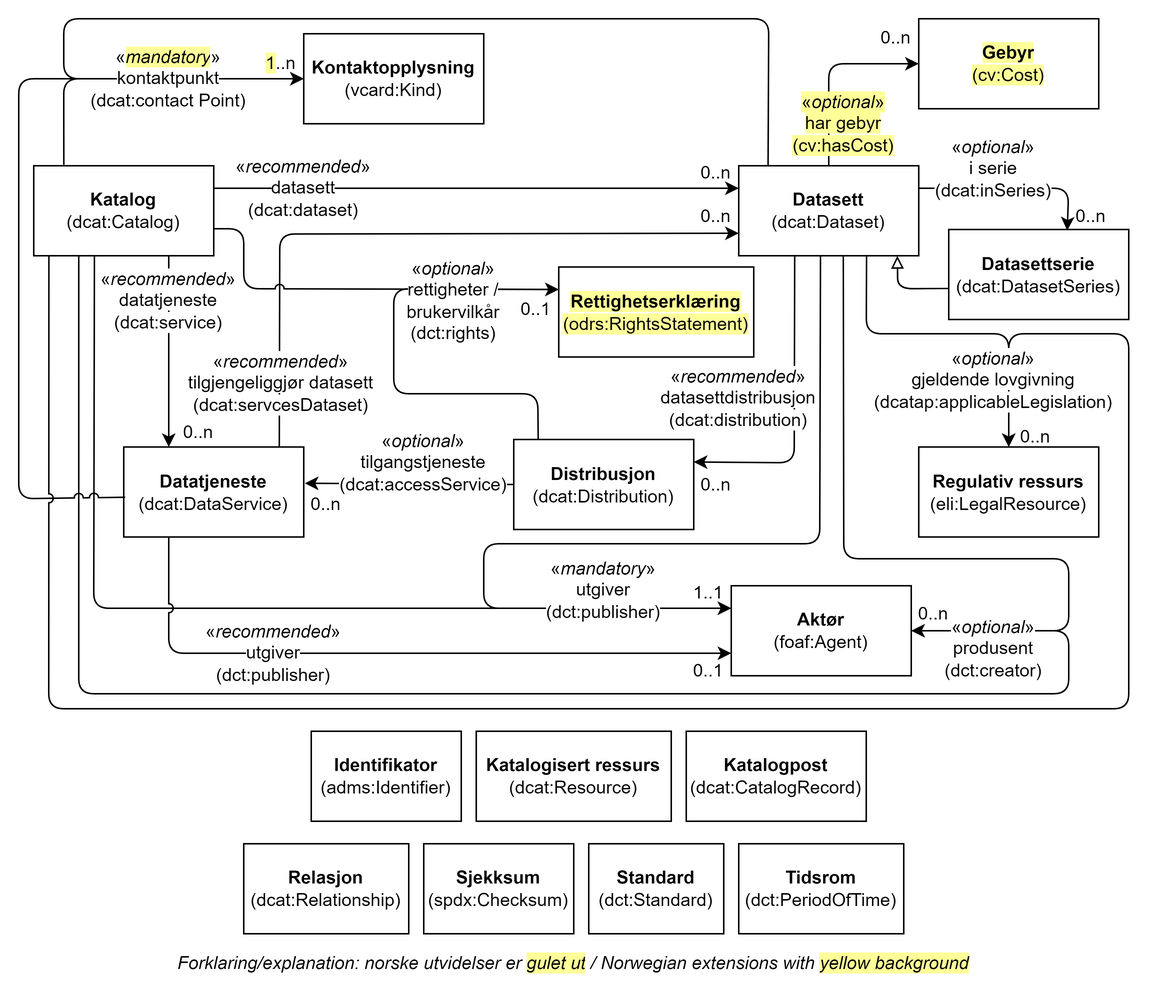
This is docs/images/DCAT-AP-NO-klasser.png from Informasjonsforvaltning/dcat-ap-no, a draw.io export, as it was before one commit. Source tidied: cells renumbered, new cells last; positions are measured from the earlier drawing's top-left corner, leaving out a move shared by most shapes.
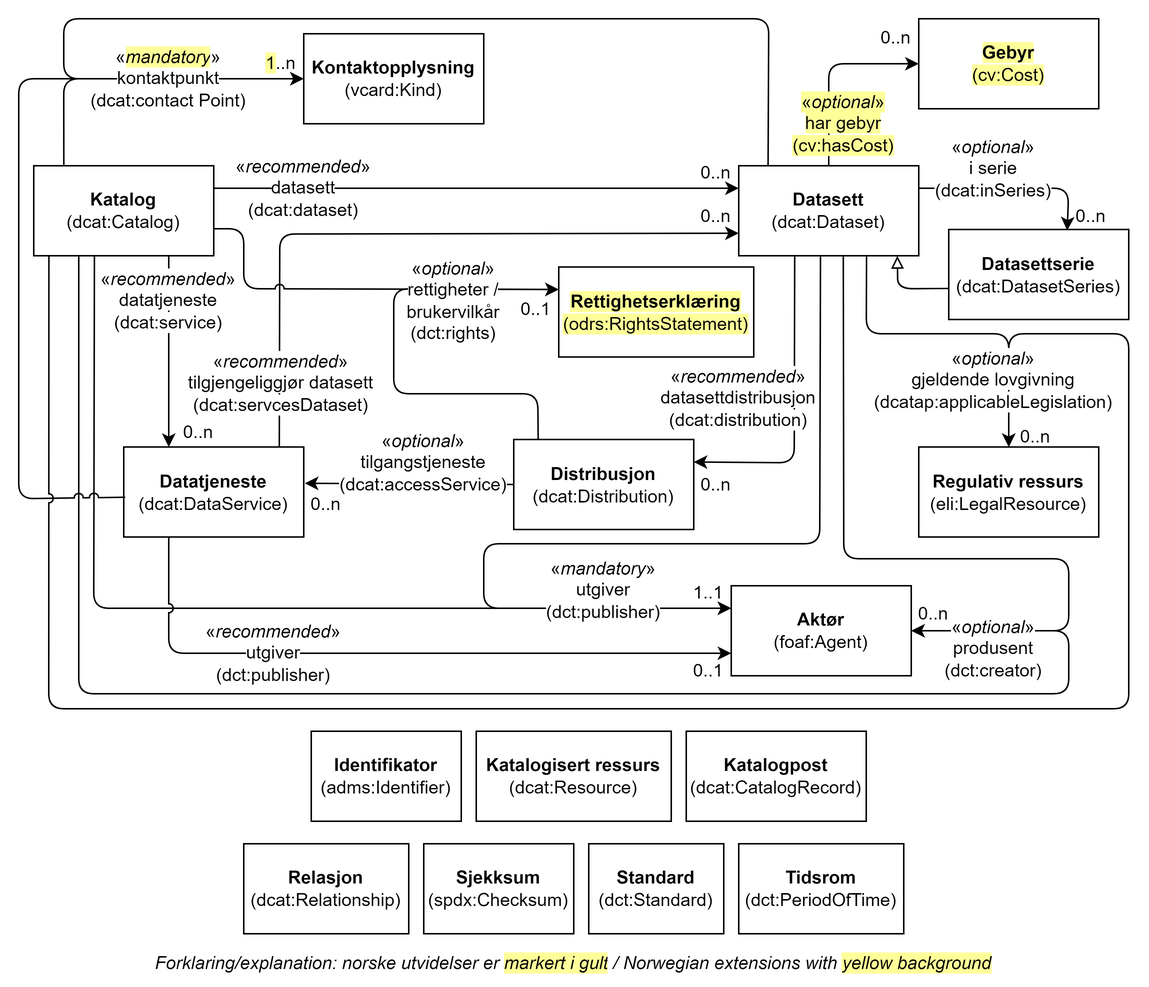
Above is the later version.

The edit, as a diff of the source:
```diff
@@ -143,7 +143,7 @@
     <mxCell id="36" value="&lt;span style=&quot;background-color: rgb(255, 255, 255);&quot;&gt;«&lt;i&gt;mandatory&lt;/i&gt;»&lt;br&gt;utgiver&lt;br&gt;(dct:publisher)&lt;/span&gt;" style="text;html=1;strokeColor=none;fillColor=none;align=center;verticalAlign=middle;whiteSpace=wrap;rounded=0;" parent="1" vertex="1">
       <mxGeometry x="360" y="365.5" width="60" height="30" as="geometry" />
     </mxCell>
-    <mxCell id="37" value="Forklaring/explanation: norske utvidelser er&amp;nbsp;&lt;span style=&quot;background-color: rgb(255, 255, 153);&quot;&gt;gulet ut&lt;/span&gt;&lt;span style=&quot;background-color: rgb(255 , 255 , 255)&quot;&gt;&amp;nbsp;/&amp;nbsp;Norwegian extensions with &lt;/span&gt;&lt;span style=&quot;background-color: rgb(255, 255, 153);&quot;&gt;yellow background&lt;/span&gt;" style="text;html=1;strokeColor=none;fillColor=none;align=center;verticalAlign=middle;whiteSpace=wrap;rounded=0;fontStyle=2;" parent="1" vertex="1">
+    <mxCell id="37" value="Forklaring/explanation: norske utvidelser er&amp;nbsp;&lt;span style=&quot;background-color: rgb(255, 255, 153);&quot;&gt;markert i gult&lt;/span&gt;&lt;span style=&quot;background-color: rgb(255 , 255 , 255)&quot;&gt;&amp;nbsp;/&amp;nbsp;Norwegian extensions with &lt;/span&gt;&lt;span style=&quot;background-color: rgb(255, 255, 153);&quot;&gt;yellow background&lt;/span&gt;" style="text;html=1;strokeColor=none;fillColor=none;align=center;verticalAlign=middle;whiteSpace=wrap;rounded=0;fontStyle=2;" parent="1" vertex="1">
       <mxGeometry y="620" width="740" height="20" as="geometry" />
     </mxCell>
     <mxCell id="38" value="&lt;span style=&quot;background-color: rgb(255, 255, 153);&quot;&gt;&lt;b&gt;Rettighetserklæring&lt;/b&gt;&lt;br&gt;(odrs:RightsStatement)&lt;/span&gt;" style="rounded=0;whiteSpace=wrap;html=1;" parent="1" vertex="1">
```
